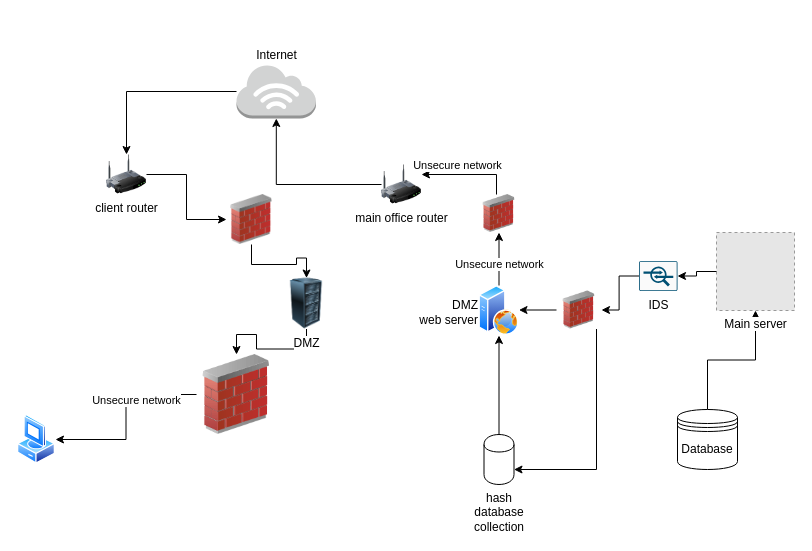
ramith123/ISS-Finals keeps this draw.io diagram as Q3/sol.drawio. Above is the earlier version. Source tidied: cells renumbered, new cells numbered last; positions are measured from the earlier drawing's top-left corner, leaving out a move shared by most shapes. Both pictures are drawn from the tidied source at 100%, with x=0, y=0 at pixel (17, 64). Pictures stored in the file or linked from it are replaced by grey dashed boxes.
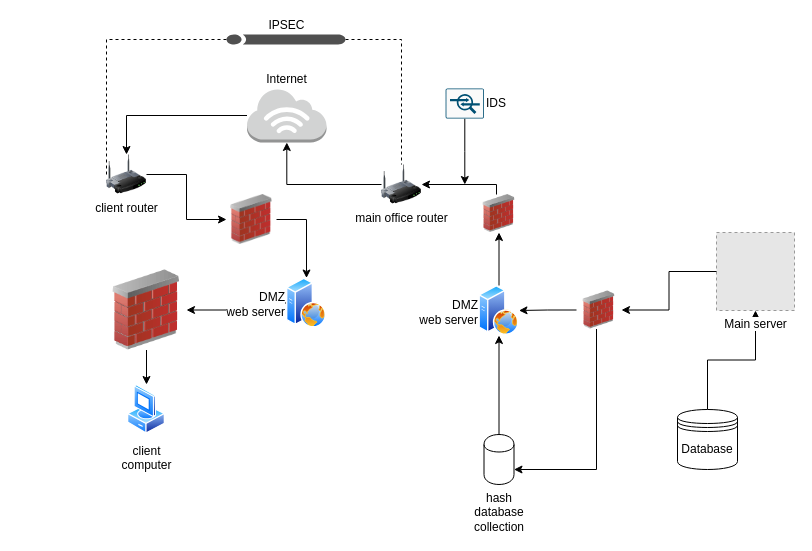
The same page after the edit.

Unchanged cells that the change refers to:
```xml
<mxCell id="6" value="Main server" style="fillColor=#E6E6E6;strokeColor=#999999;dashed=1;html=1;verticalAlign=top;verticalLabelPosition=bottom;labelBackgroundColor=#ffffff;" parent="1" vertex="1">
  <mxGeometry x="699" y="168" width="78" height="78" as="geometry" />
</mxCell>
<mxCell id="7" style="edgeStyle=orthogonalEdgeStyle;rounded=0;jettySize=auto;html=1;" parent="1" edge="1" source="17" target="13">
  <mxGeometry relative="1" as="geometry" />
</mxCell>
<mxCell id="12" value="main office router" style="image;html=1;labelBackgroundColor=#ffffff;image=img/lib/clip_art/networking/Wireless_Router_128x128.png;" parent="1" vertex="1">
  <mxGeometry x="364" y="100" width="40" height="40" as="geometry" />
</mxCell>
<mxCell id="21" style="image;html=1;labelBackgroundColor=#ffffff;image=img/lib/clip_art/networking/Firewall_02_128x128.png;" parent="1" vertex="1">
  <mxGeometry x="209" y="130" width="50" height="50" as="geometry" />
</mxCell>
<mxCell id="23" value="client router" style="image;html=1;labelBackgroundColor=#ffffff;image=img/lib/clip_art/networking/Wireless_Router_128x128.png;" parent="1" vertex="1">
  <mxGeometry x="89" y="90" width="40" height="40" as="geometry" />
</mxCell>
<mxCell id="24" style="image;html=1;labelBackgroundColor=#ffffff;image=img/lib/clip_art/networking/Firewall_02_128x128.png;" parent="1" vertex="1">
  <mxGeometry x="459" y="130" width="45" height="38" as="geometry" />
</mxCell>
<mxCell id="25" style="edgeStyle=orthogonalEdgeStyle;rounded=0;jettySize=auto;html=1;" parent="1" edge="1" source="27" target="24">
  <mxGeometry relative="1" as="geometry" />
</mxCell>
<mxCell id="27" value="DMZ&lt;br&gt;web server" style="perimeter=ellipsePerimeter;html=1;align=right;shadow=0;dashed=0;spacingTop=3;image;image=img/lib/active_directory/web_server.svg;labelPosition=left;verticalLabelPosition=middle;verticalAlign=middle;" parent="1" vertex="1">
  <mxGeometry x="461.5" y="221" width="40" height="50" as="geometry" />
</mxCell>
```

Diff of the diagram source:
```diff
@@
     <mxCell id="4" style="edgeStyle=orthogonalEdgeStyle;rounded=0;jettySize=auto;html=1;" parent="1" edge="1" source="24" target="12">
       <mxGeometry relative="1" as="geometry">
         <Array as="points">
-          <mxPoint x="479" y="110" />
+          <mxPoint x="479" y="120" />
         </Array>
       </mxGeometry>
     </mxCell>
-    <mxCell id="5" value="Unsecure network" style="edgeLabel;html=1;align=center;verticalAlign=bottom;" parent="4" vertex="1">
-      <mxGeometry x="-0.03" y="-14" relative="1" as="geometry">
-        <mxPoint x="-14" y="13" as="offset" />
-      </mxGeometry>
-    </mxCell>
@@
-    <mxCell id="8" value="Unsecure network" style="edgeLabel;html=1;align=center;verticalAlign=middle;" parent="7" vertex="1">
-      <mxGeometry x="-0.05" y="29" relative="1" as="geometry">
-        <mxPoint x="-19" y="-12" as="offset" />
-      </mxGeometry>
-    </mxCell>
@@
     <mxCell id="10" value="Internet" style="outlineConnect=0;dashed=0;verticalLabelPosition=top;verticalAlign=bottom;align=center;html=1;shape=mxgraph.aws3.internet_3;fillColor=#D2D3D3;gradientColor=none;labelPosition=center;" parent="1" vertex="1">
-      <mxGeometry x="219" width="79.5" height="54" as="geometry" />
+      <mxGeometry x="229.5" y="24" width="79.5" height="54" as="geometry" />
     </mxCell>
@@
-    <mxCell id="13" style="perimeter=ellipsePerimeter;html=1;align=center;shadow=0;dashed=0;spacingTop=3;image;image=img/lib/active_directory/vista_client.svg;" parent="1" vertex="1">
-      <mxGeometry y="350" width="38" height="50" as="geometry" />
+    <mxCell id="13" value="client &lt;br&gt;computer" style="perimeter=ellipsePerimeter;html=1;align=center;shadow=0;dashed=0;spacingTop=3;image;image=img/lib/active_directory/vista_client.svg;" parent="1" vertex="1">
+      <mxGeometry x="110" y="320" width="38" height="50" as="geometry" />
     </mxCell>
@@
+    <mxCell id="28" style="edgeStyle=orthogonalEdgeStyle;rounded=0;jettySize=auto;html=1;" parent="1" edge="1" source="15" target="27">
+      <mxGeometry relative="1" as="geometry" />
+    </mxCell>
     <mxCell id="15" style="image;html=1;labelBackgroundColor=#ffffff;image=img/lib/clip_art/networking/Firewall_02_128x128.png;" parent="1" vertex="1">
-      <mxGeometry x="539" y="226.5" width="45" height="38" as="geometry" />
+      <mxGeometry x="559" y="226.5" width="45" height="38" as="geometry" />
     </mxCell>
-    <mxCell id="16" style="edgeStyle=orthogonalEdgeStyle;rounded=0;jettySize=auto;html=1;" parent="1" edge="1" source="31" target="15">
-      <mxGeometry relative="1" as="geometry" />
-    </mxCell>
     <mxCell id="17" style="image;html=1;labelBackgroundColor=#ffffff;image=img/lib/clip_art/networking/Firewall_02_128x128.png;" parent="1" vertex="1">
-      <mxGeometry x="179" y="290" width="80" height="80" as="geometry" />
+      <mxGeometry x="89" y="205.5" width="80" height="80" as="geometry" />
     </mxCell>
-    <mxCell id="18" style="edgeStyle=orthogonalEdgeStyle;rounded=0;jettySize=auto;html=1;" parent="1" edge="1" source="19" target="17">
-      <mxGeometry relative="1" as="geometry" />
-    </mxCell>
-    <mxCell id="19" value="DMZ" style="image;html=1;labelBackgroundColor=#ffffff;image=img/lib/clip_art/computers/Server_Rack_128x128.png;" parent="1" vertex="1">
-      <mxGeometry x="259" y="213.5" width="60" height="51" as="geometry" />
-    </mxCell>
-    <mxCell id="20" style="edgeStyle=orthogonalEdgeStyle;rounded=0;jettySize=auto;html=1;" parent="1" edge="1" source="21" target="19">
-      <mxGeometry relative="1" as="geometry" />
-    </mxCell>
+    <mxCell id="33" style="edgeStyle=orthogonalEdgeStyle;rounded=0;jettySize=auto;html=1;" parent="1" edge="1" source="21" target="37">
+      <mxGeometry relative="1" as="geometry" />
+    </mxCell>
@@
+    <mxCell id="34" style="edgeStyle=orthogonalEdgeStyle;rounded=0;jettySize=auto;html=1;exitX=0;exitY=0.5;exitDx=0;exitDy=0;dashed=1;endArrow=none;endFill=0;" parent="1" edge="1" source="23" target="39">
+      <mxGeometry relative="1" as="geometry">
+        <Array as="points">
+          <mxPoint x="89" y="-25" />
+        </Array>
+      </mxGeometry>
+    </mxCell>
@@
-    <mxCell id="26" value="Unsecure network" style="edgeLabel;html=1;align=center;verticalAlign=bottom;" parent="25" vertex="1">
-      <mxGeometry x="-0.03" y="-14" relative="1" as="geometry">
-        <mxPoint x="-14" y="13" as="offset" />
-      </mxGeometry>
-    </mxCell>
@@
-    <mxCell id="28" style="edgeStyle=orthogonalEdgeStyle;rounded=0;jettySize=auto;html=1;" parent="1" edge="1" source="15" target="27">
-      <mxGeometry relative="1" as="geometry">
-        <Array as="points">
-          <mxPoint x="479" y="260" />
-        </Array>
-      </mxGeometry>
-    </mxCell>
@@
+    <mxCell id="32" style="edgeStyle=orthogonalEdgeStyle;rounded=0;jettySize=auto;html=1;" parent="1" edge="1" source="6" target="15">
+      <mxGeometry relative="1" as="geometry" />
+    </mxCell>
+    <mxCell id="35" style="edgeStyle=orthogonalEdgeStyle;rounded=0;jettySize=auto;html=1;" parent="1" edge="1" source="31">
+      <mxGeometry relative="1" as="geometry">
+        <mxPoint x="447.3" y="120" as="targetPoint" />
+      </mxGeometry>
+    </mxCell>
-    <mxCell id="31" value="IDS" style="points=[[0.015,0.015,0],[0.985,0.015,0],[0.985,0.985,0],[0.015,0.985,0],[0.25,0,0],[0.5,0,0],[0.75,0,0],[1,0.25,0],[1,0.5,0],[1,0.75,0],[0.75,1,0],[0.5,1,0],[0.25,1,0],[0,0.75,0],[0,0.5,0],[0,0.25,0]];verticalLabelPosition=bottom;html=1;verticalAlign=top;align=center;shape=mxgraph.cisco19.rect;prIcon=ips_ids;fillColor=#FAFAFA;strokeColor=#005073;" parent="1" vertex="1">
-      <mxGeometry x="621.6" y="196.5" width="38.4" height="30" as="geometry" />
+    <mxCell id="31" value="IDS" style="points=[[0.015,0.015,0],[0.985,0.015,0],[0.985,0.985,0],[0.015,0.985,0],[0.25,0,0],[0.5,0,0],[0.75,0,0],[1,0.25,0],[1,0.5,0],[1,0.75,0],[0.75,1,0],[0.5,1,0],[0.25,1,0],[0,0.75,0],[0,0.5,0],[0,0.25,0]];verticalLabelPosition=middle;html=1;verticalAlign=middle;align=left;shape=mxgraph.cisco19.rect;prIcon=ips_ids;fillColor=#FAFAFA;strokeColor=#005073;labelPosition=right;" parent="1" vertex="1">
+      <mxGeometry x="428.1" y="24" width="38.4" height="30" as="geometry" />
     </mxCell>
-    <mxCell id="32" style="edgeStyle=orthogonalEdgeStyle;rounded=0;jettySize=auto;html=1;" parent="1" edge="1" source="6" target="31">
-      <mxGeometry relative="1" as="geometry" />
-    </mxCell>
+    <mxCell id="36" style="edgeStyle=orthogonalEdgeStyle;rounded=0;jettySize=auto;html=1;entryX=1;entryY=0.5;entryDx=0;entryDy=0;" parent="1" edge="1" source="37" target="17">
+      <mxGeometry relative="1" as="geometry" />
+    </mxCell>
+    <mxCell id="37" value="DMZ&lt;br&gt;web server" style="perimeter=ellipsePerimeter;html=1;align=right;shadow=0;dashed=0;spacingTop=3;image;image=img/lib/active_directory/web_server.svg;labelPosition=left;verticalLabelPosition=middle;verticalAlign=middle;" parent="1" vertex="1">
+      <mxGeometry x="269" y="213.5" width="40" height="50" as="geometry" />
+    </mxCell>
+    <mxCell id="38" style="edgeStyle=orthogonalEdgeStyle;rounded=0;jettySize=auto;html=1;endArrow=none;endFill=0;dashed=1;" parent="1" edge="1" source="39" target="12">
+      <mxGeometry relative="1" as="geometry" />
+    </mxCell>
+    <mxCell id="39" value="IPSEC" style="shadow=0;dashed=0;html=1;strokeColor=none;fillColor=#505050;labelPosition=center;verticalLabelPosition=top;verticalAlign=bottom;outlineConnect=0;align=center;shape=mxgraph.office.servers.tunnel_straight;" parent="1" vertex="1">
+      <mxGeometry x="209" y="-30" width="119" height="10" as="geometry" />
+    </mxCell>
```
